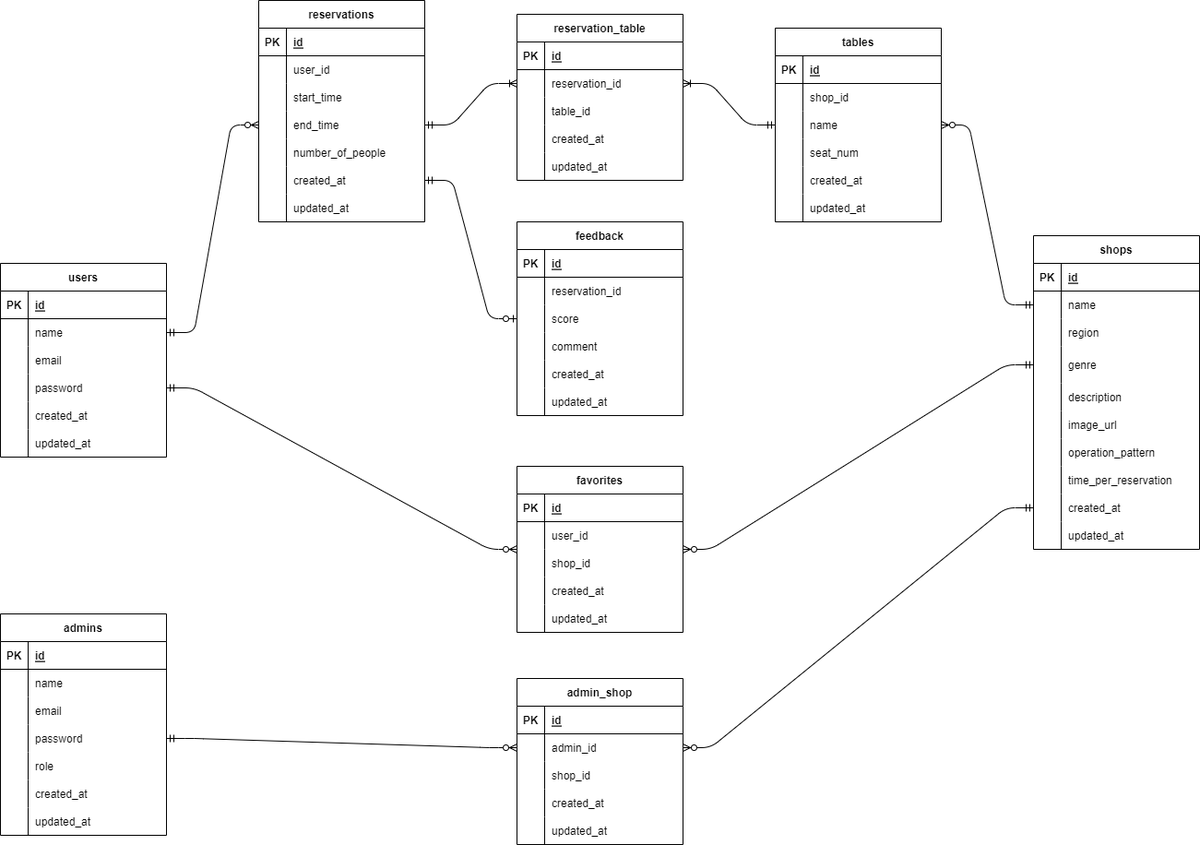
Before: .img/rese_er.png, a diagram exported from draw.io (takamasa-seto/rese). Source tidied: cells renumbered, new cells last; positions are measured from the earlier drawing's top-left corner, leaving out a move shared by most shapes.
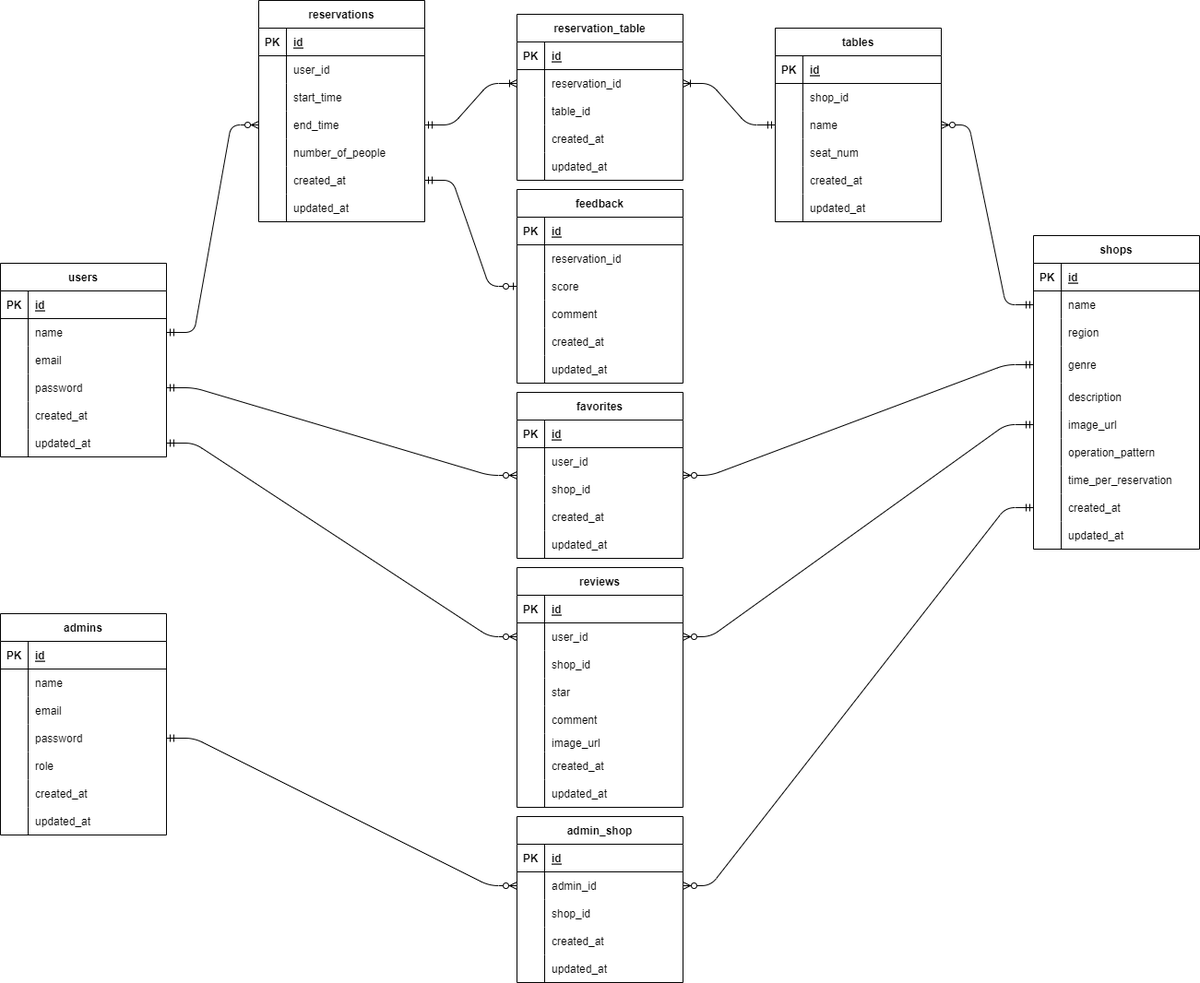
The same file after the commit.

What changed in the source:
```diff
@@ -219,7 +219,7 @@
       <mxGeometry x="30" width="150" height="30" as="geometry" />
     </mxCell>
     <mxCell id="74" value="favorites" style="shape=table;startSize=30;rowLines=0;fontStyle=1;align=center;" parent="1" vertex="1">
-      <mxGeometry x="560" y="505" width="180" height="180" as="geometry" />
+      <mxGeometry x="560" y="425" width="180" height="180" as="geometry" />
     </mxCell>
     <mxCell id="75" style="shape=tableRow;horizontal=0;startSize=0;swimlaneHead=0;swimlaneBody=0;fillColor=none;top=0;left=0;right=0;bottom=1;" parent="74" vertex="1">
       <mxGeometry y="30" width="180" height="30" as="geometry" />
@@ -276,7 +276,7 @@
       <mxGeometry relative="1" as="geometry" />
     </mxCell>
     <mxCell id="93" value="admin_shop" style="shape=table;startSize=30;rowLines=0;fontStyle=1;align=center;" parent="1" vertex="1">
-      <mxGeometry x="560" y="735" width="180" height="180" as="geometry" />
+      <mxGeometry x="560" y="885" width="180" height="180" as="geometry" />
     </mxCell>
     <mxCell id="94" style="shape=tableRow;horizontal=0;startSize=0;swimlaneHead=0;swimlaneBody=0;fillColor=none;top=0;left=0;right=0;bottom=1;" parent="93" vertex="1">
       <mxGeometry y="30" width="180" height="30" as="geometry" />
@@ -396,7 +396,7 @@
       <mxGeometry relative="1" as="geometry" />
     </mxCell>
     <mxCell id="133" value="feedback" style="shape=table;startSize=30;rowLines=0;fontStyle=1;align=center;" parent="1" vertex="1">
-      <mxGeometry x="560" y="240" width="180" height="210" as="geometry" />
+      <mxGeometry x="560" y="205" width="180" height="210" as="geometry" />
     </mxCell>
     <mxCell id="134" style="shape=tableRow;horizontal=0;startSize=0;swimlaneHead=0;swimlaneBody=0;fillColor=none;top=0;left=0;right=0;bottom=1;" parent="133" vertex="1">
       <mxGeometry y="30" width="180" height="30" as="geometry" />
@@ -571,5 +571,86 @@
         <mxPoint x="460" y="195" as="sourcePoint" />
       </mxGeometry>
     </mxCell>
+    <mxCell id="191" value="reviews" style="shape=table;startSize=30;rowLines=0;fontStyle=1;align=center;" parent="1" vertex="1">
+      <mxGeometry x="560" y="615" width="180" height="260" as="geometry" />
+    </mxCell>
+    <mxCell id="192" style="shape=tableRow;horizontal=0;startSize=0;swimlaneHead=0;swimlaneBody=0;fillColor=none;top=0;left=0;right=0;bottom=1;" parent="191" vertex="1">
+      <mxGeometry y="30" width="180" height="30" as="geometry" />
+    </mxCell>
+    <mxCell id="193" value="PK" style="shape=partialRectangle;fillColor=none;top=0;left=0;bottom=0;right=0;fontStyle=1;overflow=hidden;" parent="192" vertex="1">
+      <mxGeometry width="30" height="30" as="geometry" />
+    </mxCell>
+    <mxCell id="194" value="id" style="shape=partialRectangle;fillColor=none;top=0;left=0;bottom=0;right=0;align=left;spacingLeft=6;fontStyle=5;overflow=hidden;" parent="192" vertex="1">
+      <mxGeometry x="30" width="150" height="30" as="geometry" />
+    </mxCell>
+    <mxCell id="195" style="shape=tableRow;horizontal=0;startSize=0;swimlaneHead=0;swimlaneBody=0;fillColor=none;points=[[0,0.5],[1,0.5]];portConstraint=eastwest;top=0;left=0;right=0;bottom=0;" parent="191" vertex="1">
+      <mxGeometry y="60" width="180" height="30" as="geometry" />
+    </mxCell>
+    <mxCell id="196" style="shape=partialRectangle;fillColor=none;top=0;left=0;bottom=0;right=0;overflow=hidden;" parent="195" vertex="1">
+      <mxGeometry width="30" height="30" as="geometry" />
+    </mxCell>
+    <mxCell id="197" value="user_id" style="shape=partialRectangle;fillColor=none;top=0;left=0;bottom=0;right=0;align=left;spacingLeft=6;overflow=hidden;" parent="195" vertex="1">
+      <mxGeometry x="30" width="150" height="30" as="geometry" />
+    </mxCell>
+    <mxCell id="198" style="shape=tableRow;horizontal=0;startSize=0;swimlaneHead=0;swimlaneBody=0;fillColor=none;top=0;left=0;right=0;bottom=0;" parent="191" vertex="1">
+      <mxGeometry y="90" width="180" height="30" as="geometry" />
+    </mxCell>
+    <mxCell id="199" style="shape=partialRectangle;fillColor=none;top=0;left=0;bottom=0;right=0;overflow=hidden;" parent="198" vertex="1">
+      <mxGeometry width="30" height="30" as="geometry" />
+    </mxCell>
+    <mxCell id="200" value="shop_id" style="shape=partialRectangle;fillColor=none;top=0;left=0;bottom=0;right=0;align=left;spacingLeft=6;overflow=hidden;" parent="198" vertex="1">
+      <mxGeometry x="30" width="150" height="30" as="geometry" />
+    </mxCell>
+    <mxCell id="201" style="shape=tableRow;horizontal=0;startSize=0;swimlaneHead=0;swimlaneBody=0;fillColor=none;top=0;left=0;right=0;bottom=0;" parent="191" vertex="1">
+      <mxGeometry y="120" width="180" height="30" as="geometry" />
+    </mxCell>
+    <mxCell id="202" style="shape=partialRectangle;fillColor=none;top=0;left=0;bottom=0;right=0;overflow=hidden;" parent="201" vertex="1">
+      <mxGeometry width="30" height="30" as="geometry" />
+    </mxCell>
+    <mxCell id="203" value="star" style="shape=partialRectangle;fillColor=none;top=0;left=0;bottom=0;right=0;align=left;spacingLeft=6;overflow=hidden;" parent="201" vertex="1">
+      <mxGeometry x="30" width="150" height="30" as="geometry" />
+    </mxCell>
+    <mxCell id="204" style="shape=tableRow;horizontal=0;startSize=0;swimlaneHead=0;swimlaneBody=0;fillColor=none;top=0;left=0;right=0;bottom=0;" parent="191" vertex="1">
+      <mxGeometry y="150" width="180" height="30" as="geometry" />
+    </mxCell>
+    <mxCell id="205" style="shape=partialRectangle;fillColor=none;top=0;left=0;bottom=0;right=0;overflow=hidden;" parent="204" vertex="1">
+      <mxGeometry width="30" height="30" as="geometry" />
+    </mxCell>
+    <mxCell id="206" value="comment" style="shape=partialRectangle;fillColor=none;top=0;left=0;bottom=0;right=0;align=left;spacingLeft=6;overflow=hidden;" parent="204" vertex="1">
+      <mxGeometry x="30" width="150" height="30" as="geometry" />
+    </mxCell>
+    <mxCell id="207" style="shape=tableRow;horizontal=0;startSize=0;swimlaneHead=0;swimlaneBody=0;fillColor=none;top=0;left=0;right=0;bottom=0;" parent="191" vertex="1">
+      <mxGeometry y="180" width="180" height="20" as="geometry" />
+    </mxCell>
+    <mxCell id="208" style="shape=partialRectangle;fillColor=none;top=0;left=0;bottom=0;right=0;overflow=hidden;" parent="207" vertex="1">
+      <mxGeometry width="30" height="20" as="geometry" />
+    </mxCell>
+    <mxCell id="209" value="image_url" style="shape=partialRectangle;fillColor=none;top=0;left=0;bottom=0;right=0;align=left;spacingLeft=6;overflow=hidden;" parent="207" vertex="1">
+      <mxGeometry x="30" width="150" height="20" as="geometry" />
+    </mxCell>
+    <mxCell id="210" style="shape=tableRow;horizontal=0;startSize=0;swimlaneHead=0;swimlaneBody=0;fillColor=none;top=0;left=0;right=0;bottom=0;" parent="191" vertex="1">
+      <mxGeometry y="200" width="180" height="30" as="geometry" />
+    </mxCell>
+    <mxCell id="211" style="shape=partialRectangle;fillColor=none;top=0;left=0;bottom=0;right=0;overflow=hidden;" parent="210" vertex="1">
+      <mxGeometry width="30" height="30" as="geometry" />
+    </mxCell>
+    <mxCell id="212" value="created_at" style="shape=partialRectangle;fillColor=none;top=0;left=0;bottom=0;right=0;align=left;spacingLeft=6;overflow=hidden;" parent="210" vertex="1">
+      <mxGeometry x="30" width="150" height="30" as="geometry" />
+    </mxCell>
+    <mxCell id="213" style="shape=tableRow;horizontal=0;startSize=0;swimlaneHead=0;swimlaneBody=0;fillColor=none;top=0;left=0;right=0;bottom=0;" parent="191" vertex="1">
+      <mxGeometry y="230" width="180" height="30" as="geometry" />
+    </mxCell>
+    <mxCell id="214" style="shape=partialRectangle;fillColor=none;top=0;left=0;bottom=0;right=0;overflow=hidden;" parent="213" vertex="1">
+      <mxGeometry width="30" height="30" as="geometry" />
+    </mxCell>
+    <mxCell id="215" value="updated_at" style="shape=partialRectangle;fillColor=none;top=0;left=0;bottom=0;right=0;align=left;spacingLeft=6;overflow=hidden;" parent="213" vertex="1">
+      <mxGeometry x="30" width="150" height="30" as="geometry" />
+    </mxCell>
+    <mxCell id="216" style="edgeStyle=entityRelationEdgeStyle;fontSize=12;html=1;endArrow=ERzeroToMany;startArrow=ERmandOne;entryX=0;entryY=0.5;entryDx=0;entryDy=0;exitX=1;exitY=0.5;exitDx=0;exitDy=0;" parent="1" edge="1" source="49" target="195">
+      <mxGeometry relative="1" as="geometry" />
+    </mxCell>
+    <mxCell id="217" style="edgeStyle=entityRelationEdgeStyle;fontSize=12;html=1;endArrow=ERzeroToMany;startArrow=ERmandOne;entryX=1;entryY=0.5;entryDx=0;entryDy=0;exitX=0;exitY=0.5;exitDx=0;exitDy=0;" parent="1" edge="1" source="18" target="195">
+      <mxGeometry relative="1" as="geometry" />
+    </mxCell>
   </root>
 </mxGraphModel>
```
